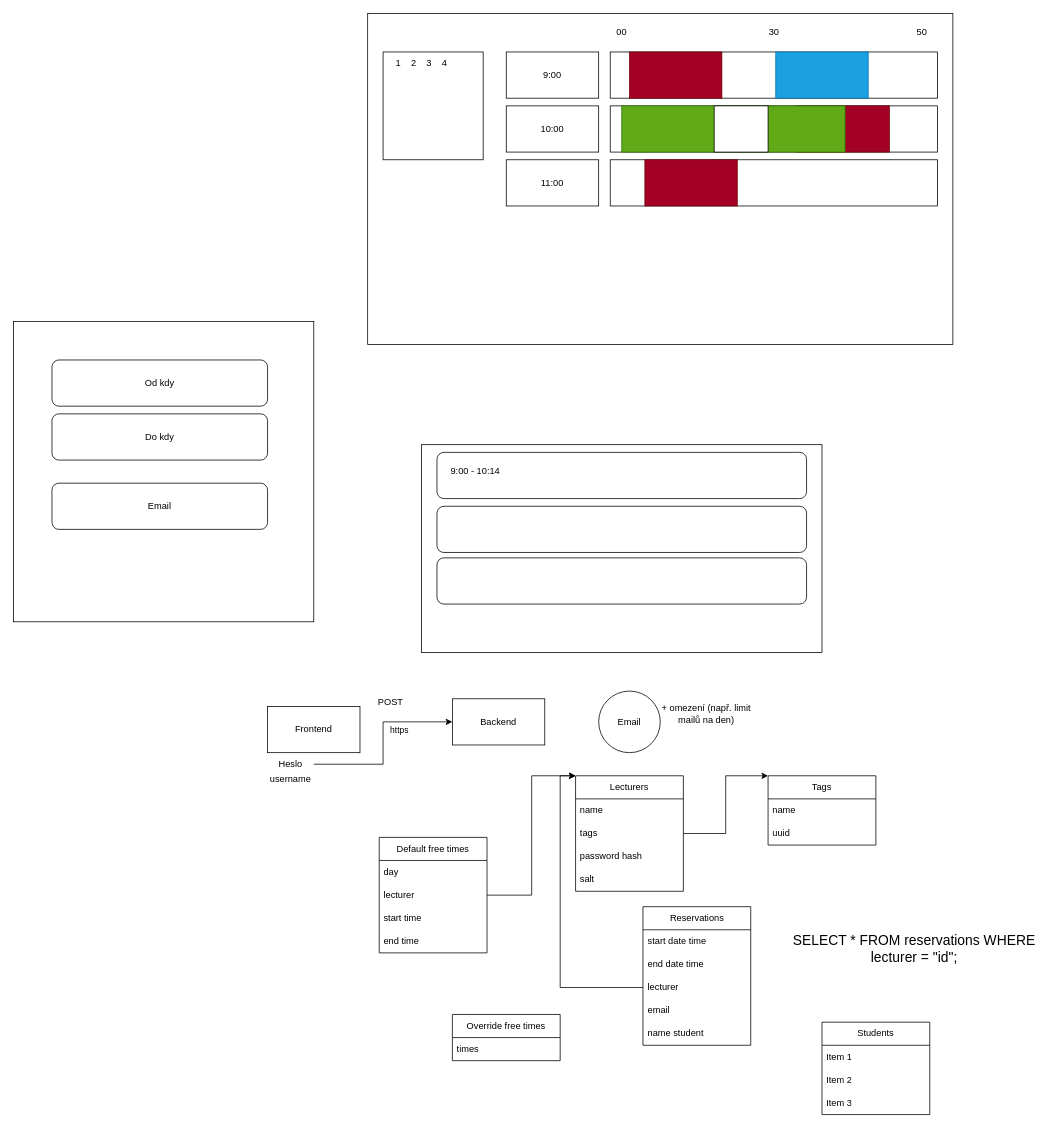
The draw.io diagram tda.drawio in BlodyxCZ/TdA24-Pirati-z-Darknetu, before the edit. Source tidied: cells renumbered, new cells numbered last; positions are measured from the earlier drawing's top-left corner, leaving out a move shared by most shapes. Both pictures are drawn from the tidied source at 77%, with x=0, y=0 at pixel (13, 13).
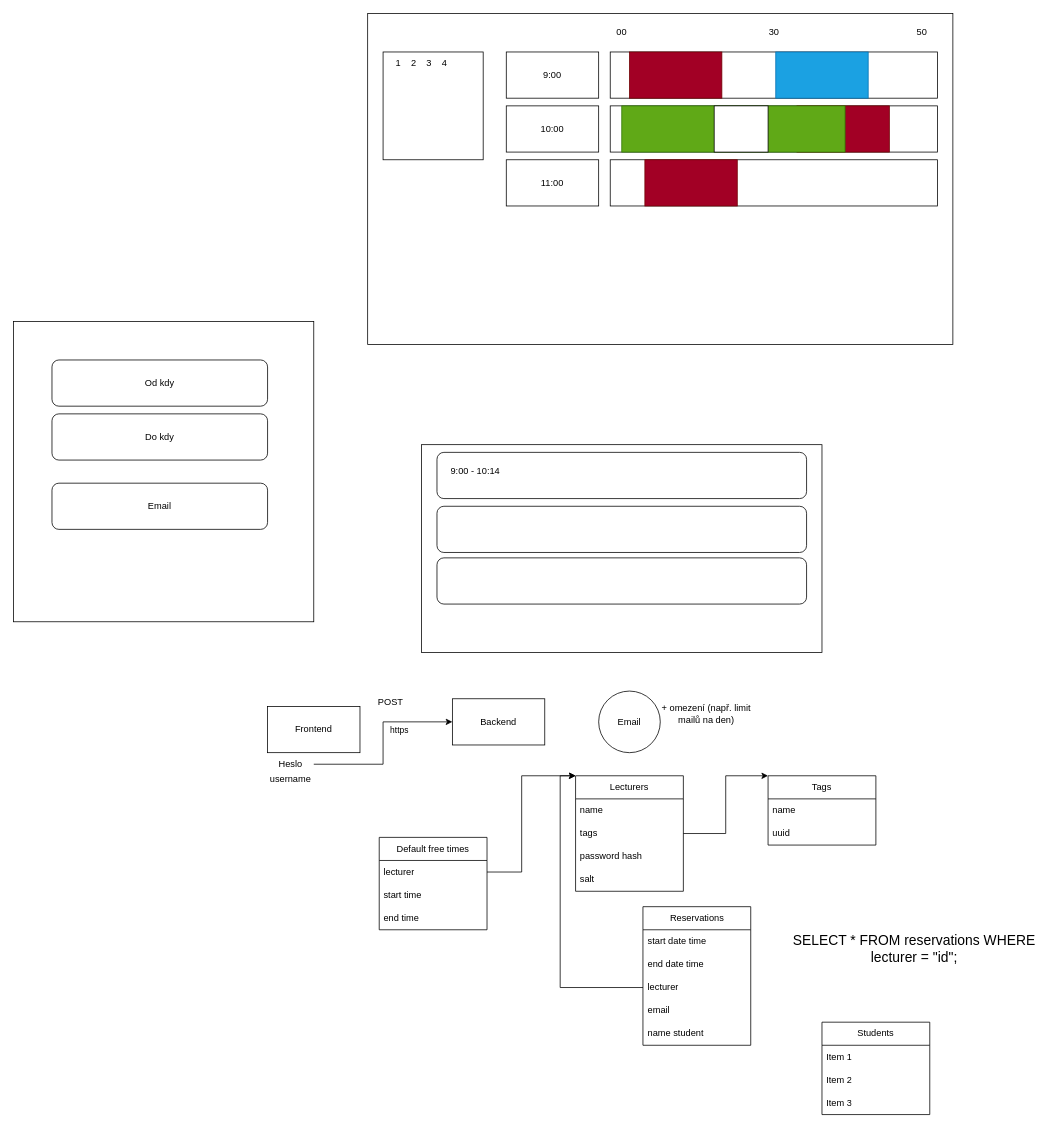
After the change.

Commit message (it also covers changes not shown here):
Work on free times

Unchanged cells that the change refers to:
```xml
<mxCell id="30" value="Lecturers" style="swimlane;fontStyle=0;horizontal=1;startSize=30;whiteSpace=wrap;html=1;" parent="1" vertex="1">
  <mxGeometry x="730" y="990" width="140" height="150" as="geometry" />
</mxCell>
```

Change to the diagram source:
```diff
@@
     <mxCell id="46" value="Default free times" style="swimlane;fontStyle=0;horizontal=1;startSize=30;whiteSpace=wrap;html=1;" parent="1" vertex="1">
-      <mxGeometry x="475" y="1070" width="140" height="150" as="geometry" />
+      <mxGeometry x="475" y="1070" width="140" height="120" as="geometry" />
     </mxCell>
-    <mxCell id="47" value="day" style="text;strokeColor=none;fillColor=none;align=left;verticalAlign=middle;spacingLeft=4;spacingRight=4;overflow=hidden;whiteSpace=wrap;html=1;" parent="46" vertex="1">
-      <mxGeometry y="30" width="140" height="30" as="geometry" />
-    </mxCell>
     <mxCell id="48" value="lecturer" style="text;strokeColor=none;fillColor=none;align=left;verticalAlign=middle;spacingLeft=4;spacingRight=4;overflow=hidden;points=[[0,0.5],[1,0.5]];portConstraint=eastwest;whiteSpace=wrap;html=1;" parent="46" vertex="1">
-      <mxGeometry y="60" width="140" height="30" as="geometry" />
+      <mxGeometry y="30" width="140" height="30" as="geometry" />
     </mxCell>
     <mxCell id="49" value="start time" style="text;strokeColor=none;fillColor=none;align=left;verticalAlign=middle;spacingLeft=4;spacingRight=4;overflow=hidden;whiteSpace=wrap;html=1;" parent="46" vertex="1">
-      <mxGeometry y="90" width="140" height="30" as="geometry" />
+      <mxGeometry y="60" width="140" height="30" as="geometry" />
     </mxCell>
     <mxCell id="50" value="end time" style="text;strokeColor=none;fillColor=none;align=left;verticalAlign=middle;spacingLeft=4;spacingRight=4;overflow=hidden;whiteSpace=wrap;html=1;" parent="46" vertex="1">
-      <mxGeometry y="120" width="140" height="30" as="geometry" />
+      <mxGeometry y="90" width="140" height="30" as="geometry" />
     </mxCell>
-    <mxCell id="51" value="Override free times" style="swimlane;fontStyle=0;horizontal=1;startSize=30;whiteSpace=wrap;html=1;" parent="1" vertex="1">
-      <mxGeometry x="570" y="1300" width="140" height="60" as="geometry" />
-    </mxCell>
-    <mxCell id="52" value="times" style="text;align=left;verticalAlign=middle;spacingLeft=4;spacingRight=4;overflow=hidden;whiteSpace=wrap;html=1;" parent="51" vertex="1">
-      <mxGeometry y="30" width="140" height="30" as="geometry" />
-    </mxCell>
@@
-    <mxCell id="54" style="edgeStyle=orthogonalEdgeStyle;rounded=0;jettySize=auto;html=1;" parent="1" edge="1" source="48">
-      <mxGeometry relative="1" as="geometry">
-        <mxPoint x="730" y="990" as="targetPoint" />
-        <Array as="points">
-          <mxPoint x="673" y="1145" />
-          <mxPoint x="673" y="990" />
-          <mxPoint x="730" y="990" />
-        </Array>
-      </mxGeometry>
-    </mxCell>
@@
+    <mxCell id="70" style="edgeStyle=none;html=1;entryX=0;entryY=0;entryDx=0;entryDy=0;rounded=0;" parent="1" edge="1" source="48" target="30">
+      <mxGeometry relative="1" as="geometry">
+        <Array as="points">
+          <mxPoint x="660" y="1115" />
+          <mxPoint x="660" y="990" />
+        </Array>
+      </mxGeometry>
+    </mxCell>
```
